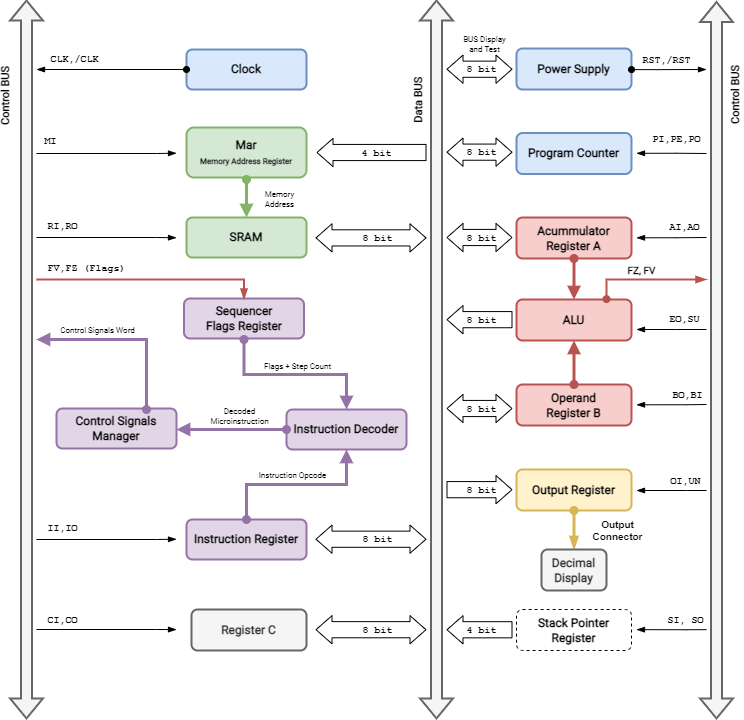
The draw.io diagram img/mycpu/diagrams/myCPU_modules_draw.png in mylabpcb/myCPU, before a commit. Source tidied: cells renumbered, new cells last; positions are measured from the earlier drawing's top-left corner, leaving out a move shared by most shapes.
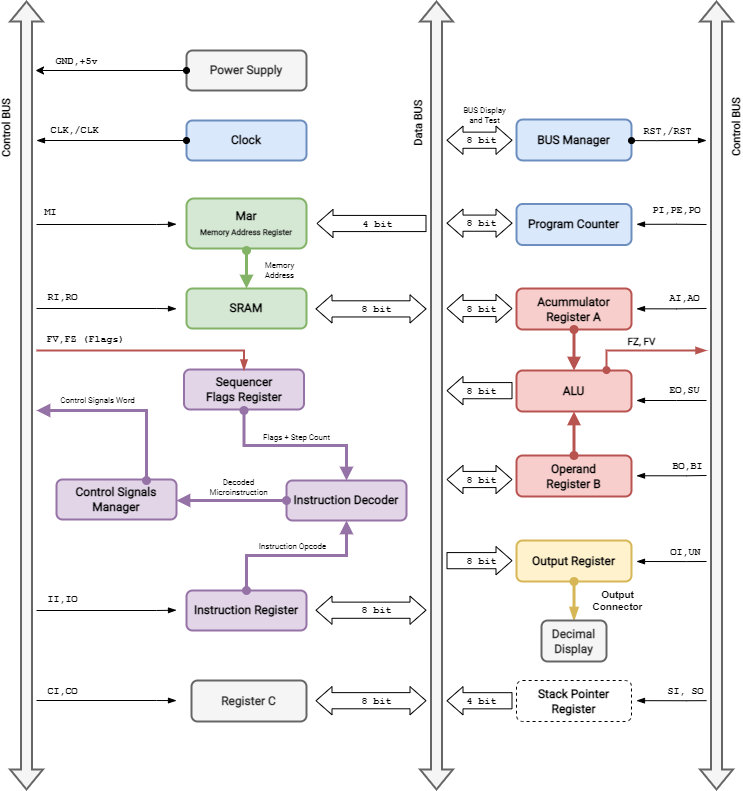
The same diagram one commit later.

Diff of the diagram source:
```diff
@@ -14,7 +14,7 @@
     <mxCell id="5" value="Mar&lt;br&gt;&lt;font style=&quot;font-size: 8px&quot;&gt;Memory Address Register&lt;/font&gt;" style="rounded=1;whiteSpace=wrap;fontSize=12;glass=0;strokeWidth=2;shadow=0;fontFamily=Roboto;html=1;fillColor=#d5e8d4;strokeColor=#82b366;fontStyle=1;fontSource=https%3A%2F%2Ffonts.googleapis.com%2Fcss%3Ffamily%3DRoboto;" parent="1" vertex="1">
       <mxGeometry x="160" y="128" width="120" height="50" as="geometry" />
     </mxCell>
-    <mxCell id="6" value="Power Supply" style="rounded=1;whiteSpace=wrap;html=1;fontSize=12;glass=0;strokeWidth=2;shadow=0;fontFamily=Roboto;fillColor=#dae8fc;strokeColor=#6c8ebf;fontStyle=1;fontSource=https%3A%2F%2Ffonts.googleapis.com%2Fcss%3Ffamily%3DRoboto;" parent="1" vertex="1">
+    <mxCell id="6" value="BUS Manager" style="rounded=1;whiteSpace=wrap;html=1;fontSize=12;glass=0;strokeWidth=2;shadow=0;fontFamily=Roboto;fillColor=#dae8fc;strokeColor=#6c8ebf;fontStyle=1;fontSource=https%3A%2F%2Ffonts.googleapis.com%2Fcss%3Ffamily%3DRoboto;" parent="1" vertex="1">
       <mxGeometry x="490" y="49" width="115" height="41" as="geometry" />
     </mxCell>
     <mxCell id="7" value="Clock" style="rounded=1;whiteSpace=wrap;html=1;fontSize=12;glass=0;strokeWidth=2;shadow=0;fontFamily=Roboto;fillColor=#dae8fc;strokeColor=#6c8ebf;fontStyle=1;fontSource=https%3A%2F%2Ffonts.googleapis.com%2Fcss%3Ffamily%3DRoboto;" parent="1" vertex="1">
@@ -58,7 +58,7 @@
     <mxCell id="15" style="shape=flexArrow;endArrow=classic;startArrow=classic;html=1;rounded=0;fillColor=#f5f5f5;strokeColor=#666666;strokeWidth=2;" parent="1" edge="1">
       <mxGeometry relative="1" as="geometry">
         <mxPoint x="410" y="720" as="sourcePoint" />
-        <mxPoint x="410" as="targetPoint" />
+        <mxPoint x="410" y="-70" as="targetPoint" />
       </mxGeometry>
     </mxCell>
     <mxCell id="16" value="Data BUS" style="edgeLabel;html=1;align=center;verticalAlign=middle;rotation=-90;fontStyle=1;fontFamily=Roboto;fontSource=https%3A%2F%2Ffonts.googleapis.com%2Fcss%3Ffamily%3DRoboto;" parent="15" vertex="1">
@@ -69,7 +69,7 @@
     <mxCell id="17" style="shape=flexArrow;endArrow=classic;startArrow=classic;html=1;rounded=0;fillColor=#f5f5f5;strokeColor=#666666;strokeWidth=2;" parent="1" edge="1">
       <mxGeometry relative="1" as="geometry">
         <mxPoint y="720" as="sourcePoint" />
-        <mxPoint as="targetPoint" />
+        <mxPoint y="-70" as="targetPoint" />
       </mxGeometry>
     </mxCell>
     <mxCell id="18" value="Control BUS" style="edgeLabel;html=1;align=center;verticalAlign=middle;rotation=-90;fontStyle=1;fontFamily=Roboto;fontSource=https%3A%2F%2Ffonts.googleapis.com%2Fcss%3Ffamily%3DRoboto;" parent="17" vertex="1">
@@ -206,7 +206,7 @@
     <mxCell id="41" style="shape=flexArrow;endArrow=classic;startArrow=classic;html=1;rounded=0;fillColor=#f5f5f5;strokeColor=#666666;strokeWidth=2;" parent="1" edge="1">
       <mxGeometry relative="1" as="geometry">
         <mxPoint x="690" y="720" as="sourcePoint" />
-        <mxPoint x="690" y="1.5" as="targetPoint" />
+        <mxPoint x="690" y="-70" as="targetPoint" />
       </mxGeometry>
     </mxCell>
     <mxCell id="42" value="Control BUS" style="edgeLabel;html=1;align=center;verticalAlign=middle;rotation=-90;fontStyle=1;fontFamily=Roboto;fontSource=https%3A%2F%2Ffonts.googleapis.com%2Fcss%3Ffamily%3DRoboto;" parent="41" vertex="1">
@@ -503,5 +503,16 @@
         <mxPoint x="-2" y="4" as="offset" />
       </mxGeometry>
     </mxCell>
+    <mxCell id="89" value="Power Supply" style="rounded=1;whiteSpace=wrap;html=1;fontSize=12;glass=0;strokeWidth=2;shadow=0;fontFamily=Roboto;fillColor=#f5f5f5;strokeColor=#666666;fontStyle=1;fontSource=https%3A%2F%2Ffonts.googleapis.com%2Fcss%3Ffamily%3DRoboto;fontColor=#333333;" parent="1" vertex="1">
+      <mxGeometry x="160" y="-20" width="120" height="40" as="geometry" />
+    </mxCell>
+    <mxCell id="90" style="endArrow=classic;html=1;rounded=0;exitX=0;exitY=0.5;exitDx=0;exitDy=0;startArrow=oval;startFill=1;" parent="1" edge="1" source="89">
+      <mxGeometry relative="1" as="geometry">
+        <mxPoint x="9" as="targetPoint" />
+      </mxGeometry>
+    </mxCell>
+    <mxCell id="91" value="GND,+5v" style="edgeLabel;html=1;align=center;verticalAlign=middle;fontSize=10;fontFamily=Courier New;fontStyle=1;" parent="1" vertex="1">
+      <mxGeometry x="49" y="-10" as="geometry" />
+    </mxCell>
   </root>
 </mxGraphModel>
```
